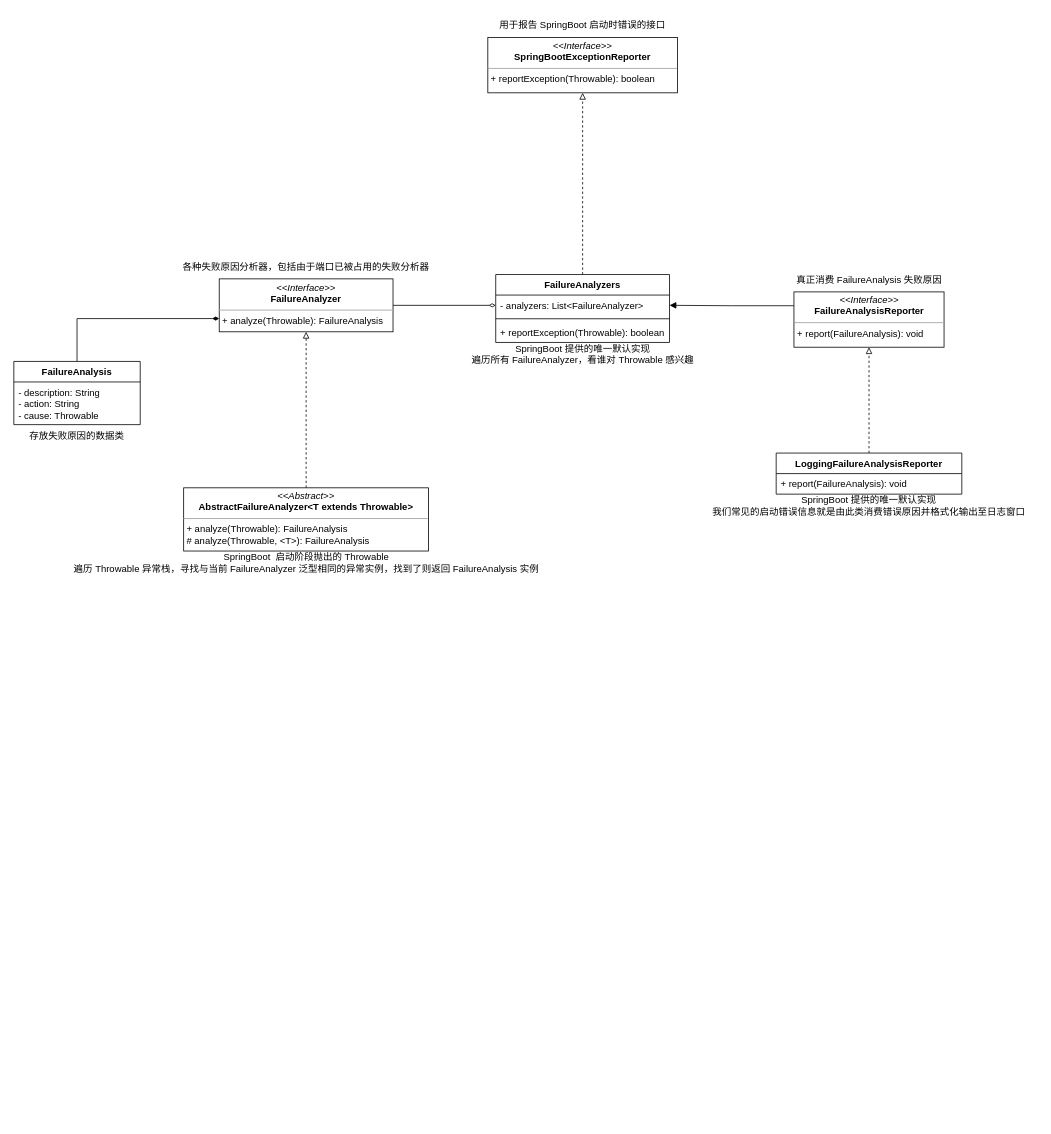
Earlier version of the draw.io diagram note/spring-framework/SpringBootExceptionReporter/SpringBootExceptionReporter.drawio (hooyantsing/note). Source tidied: cells renumbered, new cells numbered last; positions are measured from the earlier drawing's top-left corner, leaving out a move shared by most shapes. Both pictures are drawn from the tidied source at 79%, with x=0, y=0 at pixel (13, 13).
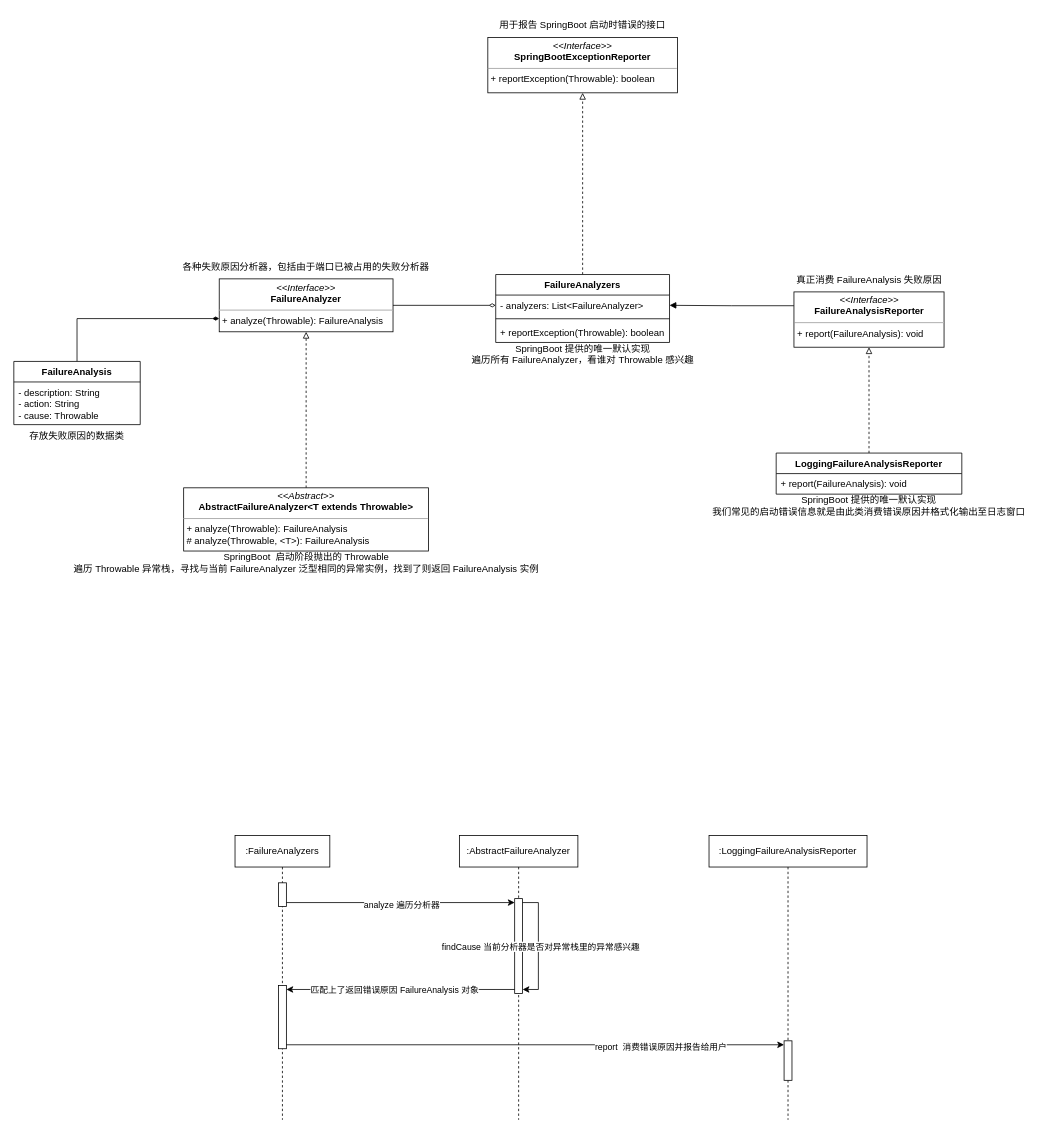
Above is the later version.

Diff of the diagram source:
```diff
@@
+    <mxCell id="27" value=":FailureAnalyzers" style="shape=umlLifeline;perimeter=lifelinePerimeter;whiteSpace=wrap;html=1;newEdgeStyle={&quot;curved&quot;:0,&quot;rounded&quot;:0};" parent="1" vertex="1">
+      <mxGeometry x="280" y="1040" width="120" height="360" as="geometry" />
+    </mxCell>
+    <mxCell id="28" style="html=1;points=[[0,0,0,0,5],[0,1,0,0,-5],[1,0,0,0,5],[1,1,0,0,-5]];perimeter=orthogonalPerimeter;outlineConnect=0;targetShapes=umlLifeline;portConstraint=eastwest;newEdgeStyle={&quot;curved&quot;:0,&quot;rounded&quot;:0};" parent="27" vertex="1">
+      <mxGeometry x="55" y="60" width="10" height="30" as="geometry" />
+    </mxCell>
+    <mxCell id="29" style="html=1;points=[[0,0,0,0,5],[0,1,0,0,-5],[1,0,0,0,5],[1,1,0,0,-5]];perimeter=orthogonalPerimeter;outlineConnect=0;targetShapes=umlLifeline;portConstraint=eastwest;newEdgeStyle={&quot;curved&quot;:0,&quot;rounded&quot;:0};" parent="27" vertex="1">
+      <mxGeometry x="55" y="190" width="10" height="80" as="geometry" />
+    </mxCell>
+    <mxCell id="30" value=":AbstractFailureAnalyzer" style="shape=umlLifeline;perimeter=lifelinePerimeter;whiteSpace=wrap;html=1;newEdgeStyle={&quot;curved&quot;:0,&quot;rounded&quot;:0};" parent="1" vertex="1">
+      <mxGeometry x="564" y="1040" width="150" height="360" as="geometry" />
+    </mxCell>
+    <mxCell id="31" style="html=1;points=[[0,0,0,0,5],[0,1,0,0,-5],[1,0,0,0,5],[1,1,0,0,-5]];perimeter=orthogonalPerimeter;outlineConnect=0;targetShapes=umlLifeline;portConstraint=eastwest;newEdgeStyle={&quot;curved&quot;:0,&quot;rounded&quot;:0};" parent="30" vertex="1">
+      <mxGeometry x="70" y="80" width="10" height="120" as="geometry" />
+    </mxCell>
+    <mxCell id="32" style="edgeStyle=orthogonalEdgeStyle;rounded=0;orthogonalLoop=1;jettySize=auto;html=1;curved=0;exitX=1;exitY=0;exitDx=0;exitDy=5;exitPerimeter=0;entryX=1;entryY=1;entryDx=0;entryDy=-5;entryPerimeter=0;" parent="30" edge="1" source="31" target="31">
+      <mxGeometry relative="1" as="geometry" />
+    </mxCell>
+    <mxCell id="33" value="findCause 当前分析器是否对异常栈里的异常感兴趣" style="edgeLabel;html=1;align=center;verticalAlign=middle;" parent="32" vertex="1">
+      <mxGeometry y="2" relative="1" as="geometry" />
+    </mxCell>
+    <mxCell id="34" value=":LoggingFailureAnalysisReporter" style="shape=umlLifeline;perimeter=lifelinePerimeter;whiteSpace=wrap;html=1;newEdgeStyle={&quot;curved&quot;:0,&quot;rounded&quot;:0};" parent="1" vertex="1">
+      <mxGeometry x="880" y="1040" width="200" height="360" as="geometry" />
+    </mxCell>
+    <mxCell id="35" style="html=1;points=[[0,0,0,0,5],[0,1,0,0,-5],[1,0,0,0,5],[1,1,0,0,-5]];perimeter=orthogonalPerimeter;outlineConnect=0;targetShapes=umlLifeline;portConstraint=eastwest;newEdgeStyle={&quot;curved&quot;:0,&quot;rounded&quot;:0};" parent="34" vertex="1">
+      <mxGeometry x="95" y="260" width="10" height="50" as="geometry" />
+    </mxCell>
+    <mxCell id="36" style="edgeStyle=orthogonalEdgeStyle;rounded=0;jettySize=auto;html=1;curved=0;exitX=1;exitY=1;exitDx=0;exitDy=-5;exitPerimeter=0;entryX=0;entryY=0;entryDx=0;entryDy=5;entryPerimeter=0;" parent="1" edge="1" source="28" target="31">
+      <mxGeometry relative="1" as="geometry" />
+    </mxCell>
+    <mxCell id="37" value="analyze 遍历分析器" style="edgeLabel;html=1;align=center;verticalAlign=middle;" parent="36" vertex="1">
+      <mxGeometry y="-2" relative="1" as="geometry" />
+    </mxCell>
+    <mxCell id="38" style="edgeStyle=orthogonalEdgeStyle;rounded=0;jettySize=auto;html=1;curved=0;exitX=0;exitY=1;exitDx=0;exitDy=-5;exitPerimeter=0;entryX=1;entryY=0;entryDx=0;entryDy=5;entryPerimeter=0;" parent="1" edge="1" source="31" target="29">
+      <mxGeometry relative="1" as="geometry" />
+    </mxCell>
+    <mxCell id="39" value="匹配上了返回错误原因 FailureAnalysis 对象" style="edgeLabel;html=1;align=center;verticalAlign=middle;" parent="38" vertex="1">
+      <mxGeometry x="0.06" relative="1" as="geometry" />
+    </mxCell>
+    <mxCell id="40" style="edgeStyle=orthogonalEdgeStyle;rounded=0;jettySize=auto;html=1;curved=0;exitX=1;exitY=1;exitDx=0;exitDy=-5;exitPerimeter=0;entryX=0;entryY=0;entryDx=0;entryDy=5;entryPerimeter=0;" parent="1" edge="1" source="29" target="35">
+      <mxGeometry relative="1" as="geometry" />
+    </mxCell>
+    <mxCell id="41" value="report&amp;nbsp; 消费错误原因并报告给用户" style="edgeLabel;html=1;align=center;verticalAlign=middle;" parent="40" vertex="1">
+      <mxGeometry x="0.5" y="-2" relative="1" as="geometry" />
+    </mxCell>
```
